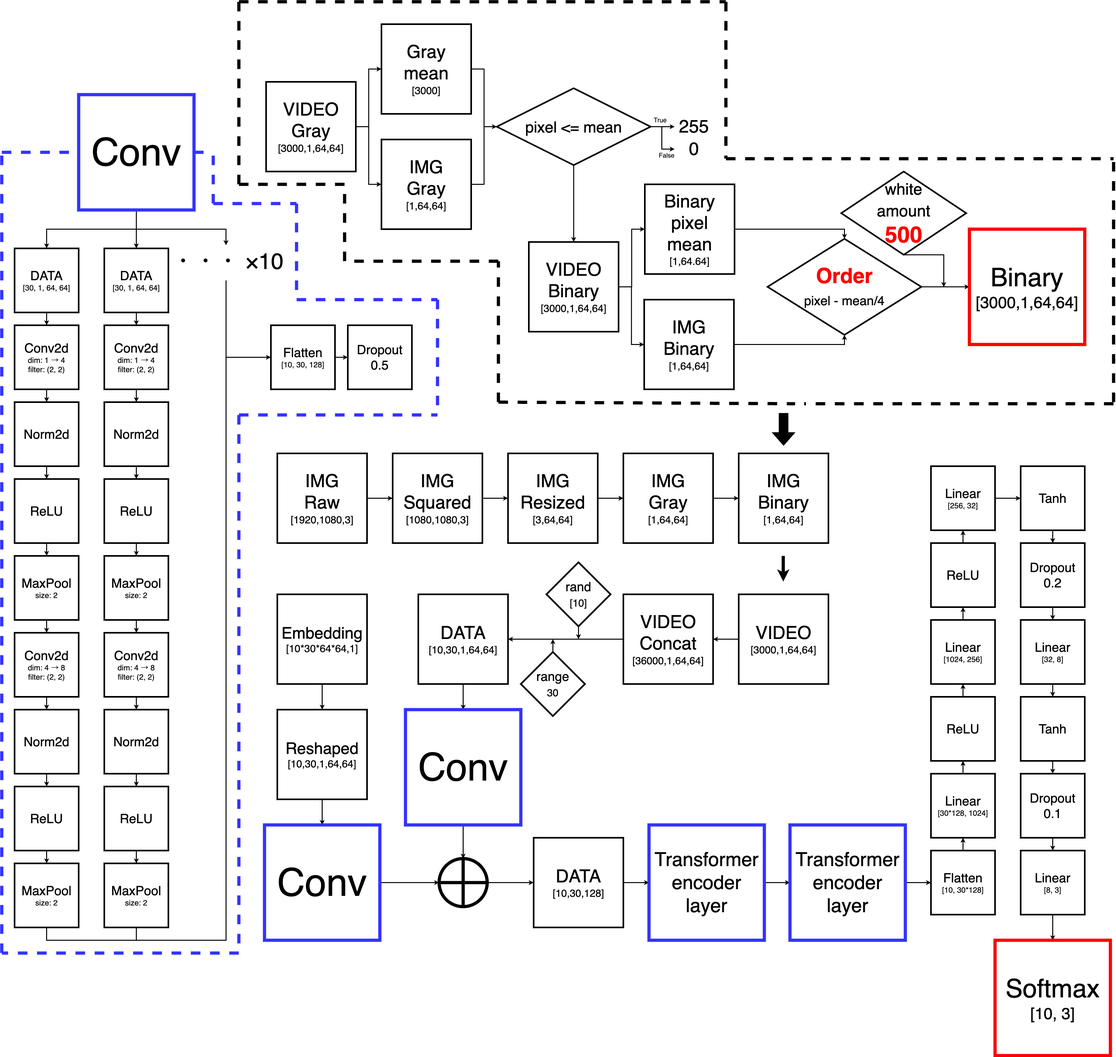
Before: src/git/flowchart.png, a diagram exported from draw.io (jasmine-jp/predict_dance2). Source tidied: cells renumbered, new cells last; positions are measured from the earlier drawing's top-left corner, leaving out a move shared by most shapes.
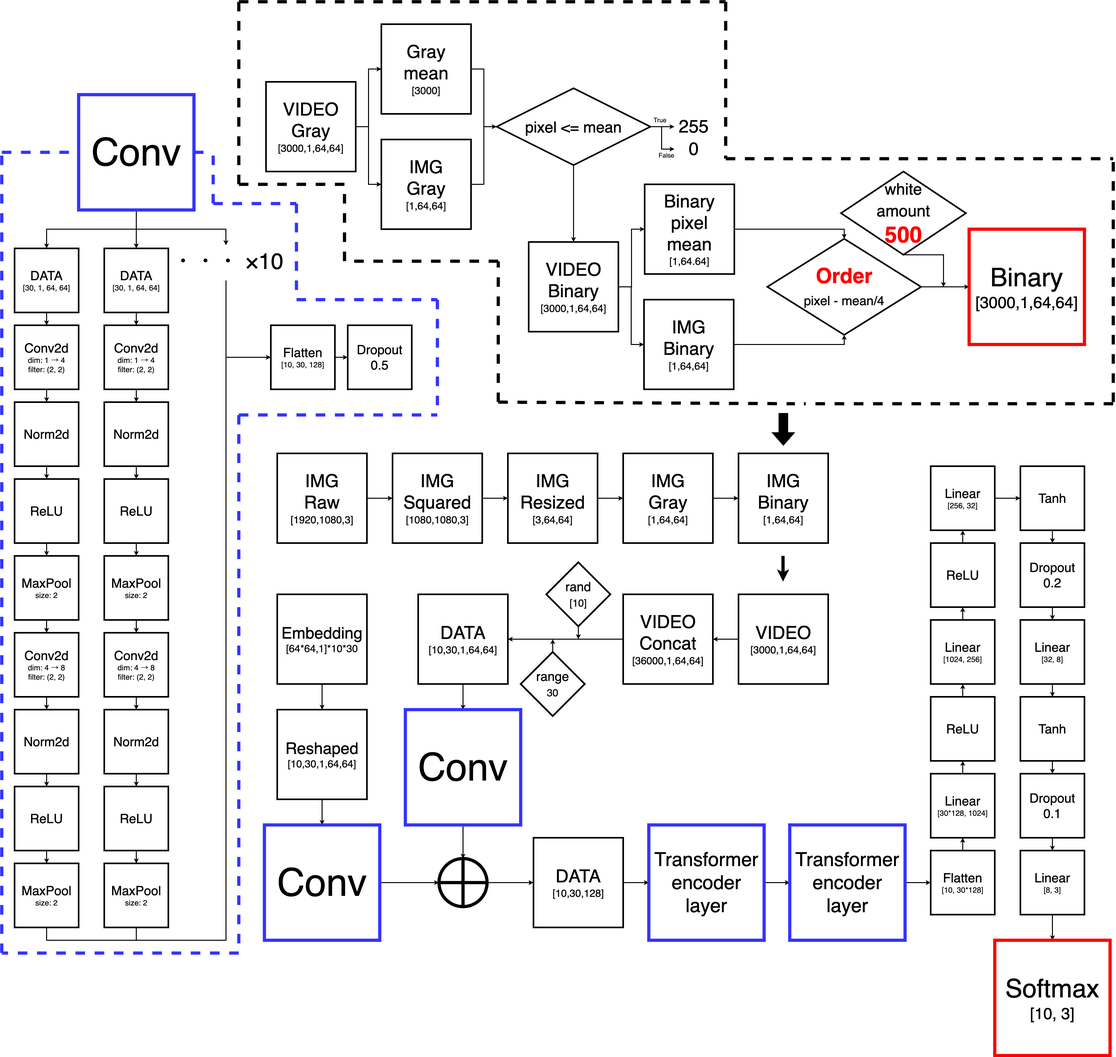
Later version of the same file.

Diff of the diagram source:
```diff
@@ -72,7 +72,7 @@
     <mxCell id="22" style="edgeStyle=orthogonalEdgeStyle;rounded=0;jettySize=auto;html=1;strokeWidth=3;fontSize=50;" parent="1" edge="1" source="23" target="66">
       <mxGeometry relative="1" as="geometry" />
     </mxCell>
-    <mxCell id="23" value="&lt;font style=&quot;&quot;&gt;&lt;font style=&quot;font-size: 50px;&quot;&gt;Embedding&lt;/font&gt;&lt;br&gt;&lt;span style=&quot;font-size: 32px;&quot;&gt;[10*30*64*64,1]&lt;/span&gt;&lt;/font&gt;" style="rounded=0;whiteSpace=wrap;html=1;strokeWidth=5;" parent="1" vertex="1">
+    <mxCell id="23" value="&lt;font style=&quot;&quot;&gt;&lt;font style=&quot;font-size: 50px;&quot;&gt;Embedding&lt;/font&gt;&lt;br&gt;&lt;span style=&quot;font-size: 32px;&quot;&gt;[64*64,1]*&lt;/span&gt;&lt;/font&gt;&lt;span style=&quot;font-size: 32px;&quot;&gt;10*30&lt;/span&gt;" style="rounded=0;whiteSpace=wrap;html=1;strokeWidth=5;" parent="1" vertex="1">
       <mxGeometry x="860" y="1850" width="280" height="280" as="geometry" />
     </mxCell>
     <mxCell id="24" style="edgeStyle=orthogonalEdgeStyle;rounded=0;jettySize=auto;html=1;strokeWidth=3;fontSize=40;" parent="1" edge="1" source="25" target="27">
```
